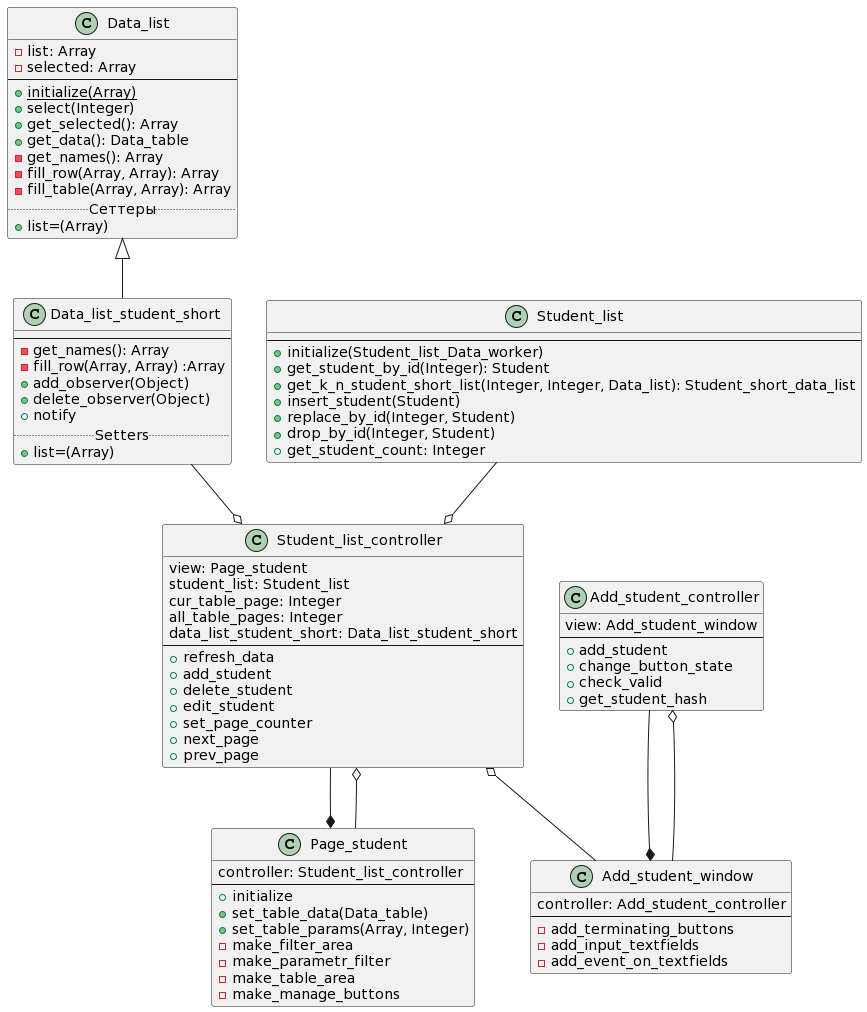
The PlantUML diagram Lab2/Student/diagrams/MVC.png in VitalijGolovij/PatternProgLabs, before a commit. Its diagram source:
```plantuml
@startuml
Class Data_list
 {
      -list: Array
      -selected: Array
 --
      +{static}initialize(Array)
      +select(Integer)
      +get_selected(): Array
      +get_data(): Data_table
      -get_names(): Array
      -fill_row(Array, Array): Array
      -fill_table(Array, Array): Array
..Сеттеры..
      +list=(Array)
  }

Class Data_list_student_short
 {
 --
      -get_names(): Array
      -fill_row(Array, Array) :Array
+add_observer(Object)
+delete_observer(Object)
+notify
..Setters..
+list=(Array)
  }
Class Student_list
{
--
+initialize(Student_list_Data_worker)
+get_student_by_id(Integer): Student
+get_k_n_student_short_list(Integer, Integer, Data_list): Student_short_data_list
+insert_student(Student)
+replace_by_id(Integer, Student)
+drop_by_id(Integer, Student)
+get_student_count: Integer
}

class Page_student
{
controller: Student_list_controller
--
+initialize
+set_table_data(Data_table)
+set_table_params(Array, Integer)
-make_filter_area
-make_parametr_filter
-make_table_area
-make_manage_buttons
}

class Student_list_controller
{
view: Page_student
student_list: Student_list
cur_table_page: Integer
all_table_pages: Integer
data_list_student_short: Data_list_student_short
--
+refresh_data
+add_student
+delete_student
+edit_student
+set_page_counter
+next_page
+prev_page
}

class Add_student_window
{
controller: Add_student_controller
--
-add_terminating_buttons
-add_input_textfields
-add_event_on_textfields
}

class Add_student_controller
{
view: Add_student_window
--
+add_student
+change_button_state
+check_valid
+get_student_hash
}

Data_list <|-- Data_list_student_short
Student_list_controller --* Page_student
Student_list_controller o-- Page_student
Student_list --o Student_list_controller
Data_list_student_short --o Student_list_controller
Student_list_controller o-- Add_student_window
Add_student_controller --* Add_student_window
Add_student_controller o-- Add_student_window
@enduml
```
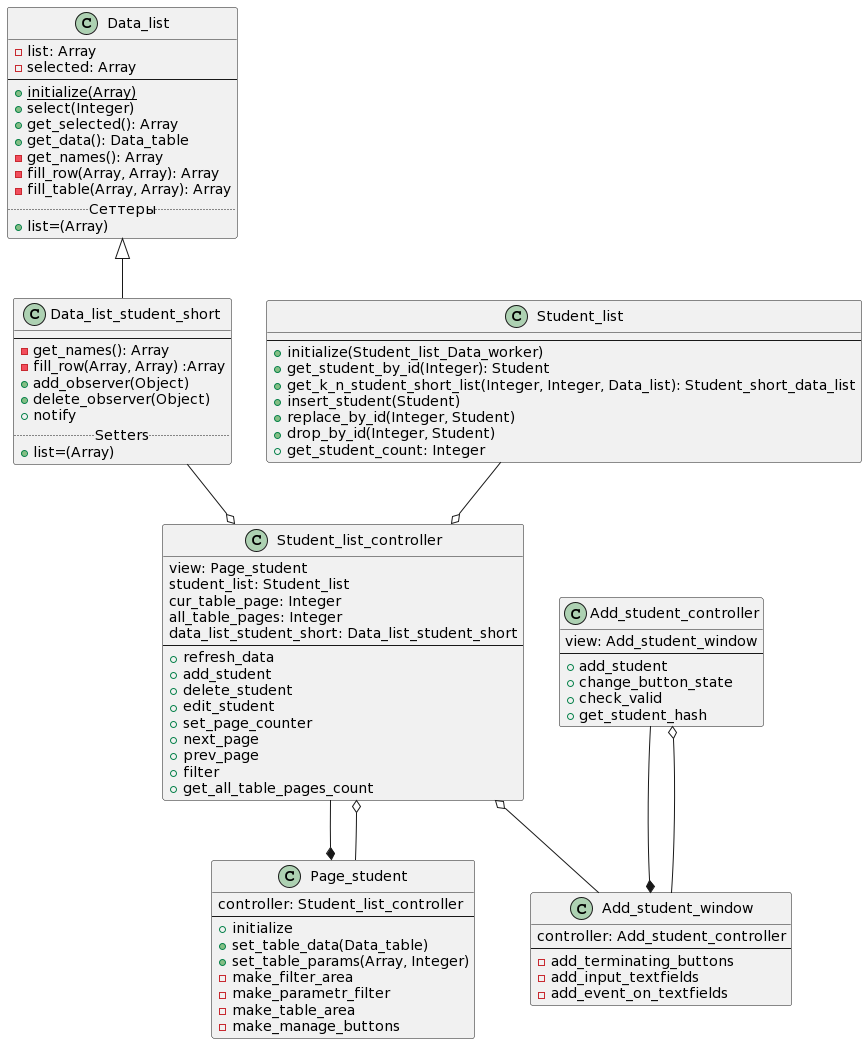
The same file after the commit.

The edit, as a diff of the source:
```diff
@@ -66,6 +66,8 @@
 +set_page_counter
 +next_page
 +prev_page
++filter
++get_all_table_pages_count
 }
 
 class Add_student_window
```
